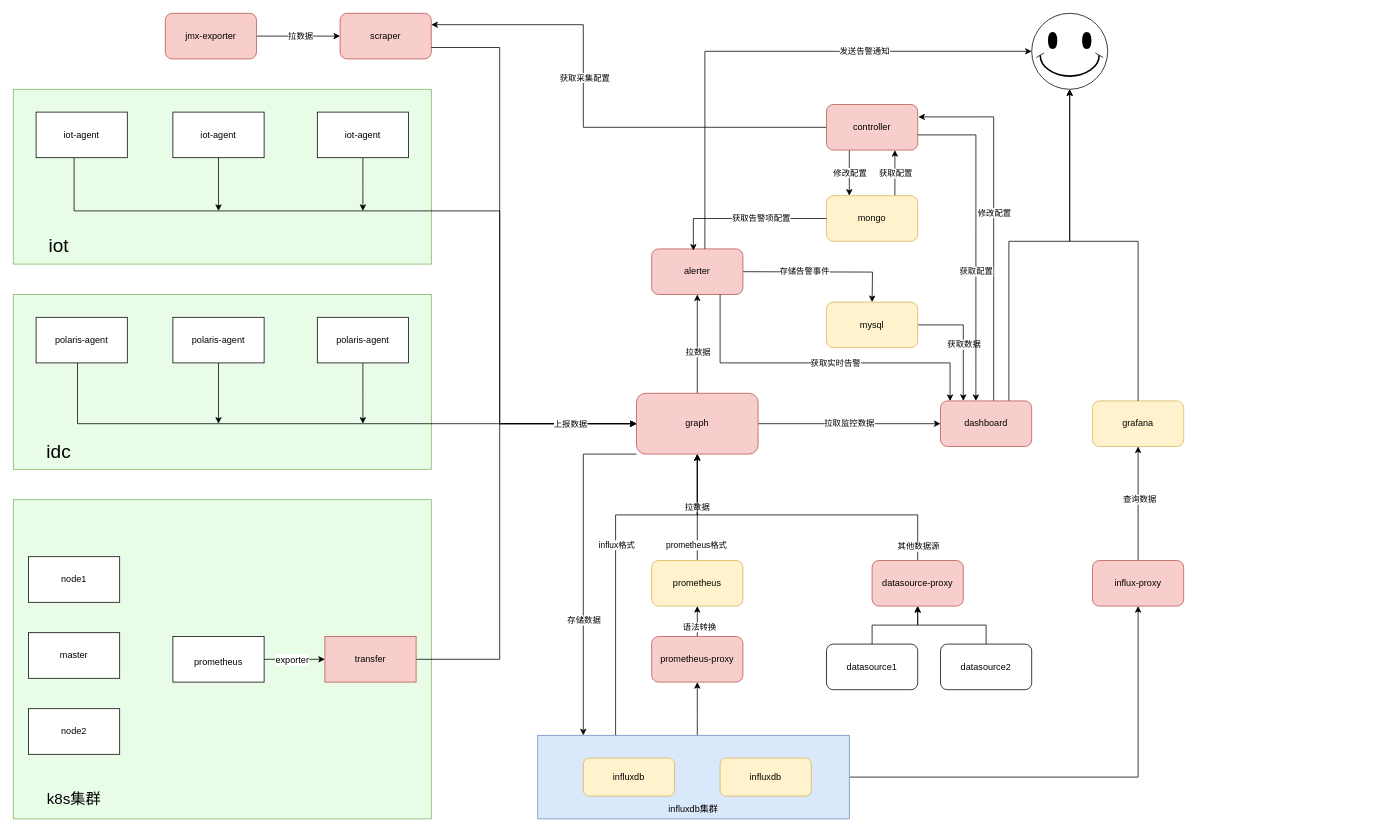
The draw.io diagram polaris框架.drawio in wupei-w/diagrams, before the edit. Source tidied: cells renumbered, new cells numbered last; positions are measured from the earlier drawing's top-left corner, leaving out a move shared by most shapes. Both pictures are drawn from the tidied source at 76%, with x=0, y=0 at pixel (13, 13).
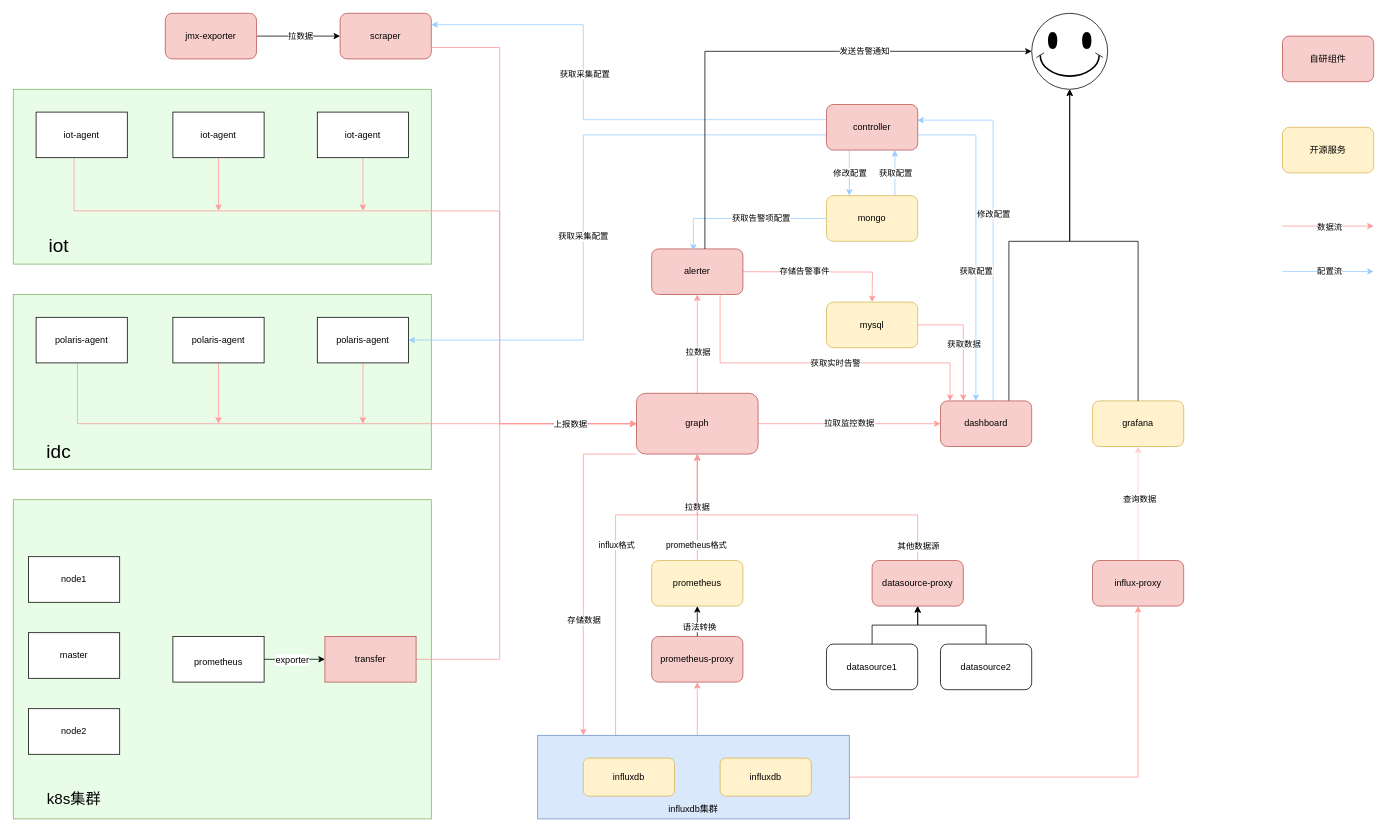
The same diagram, later.

Unchanged cells that the change refers to:
```xml
<mxCell id="6" value="&lt;br&gt;&lt;br&gt;&lt;br&gt;&lt;br&gt;&lt;br&gt;&lt;br&gt;influxdb集群" style="rounded=0;whiteSpace=wrap;html=1;fillColor=#dae8fc;strokeColor=#6c8ebf;" parent="1" vertex="1">
  <mxGeometry x="690" y="950" width="410" height="110" as="geometry" />
</mxCell>
<mxCell id="10" value="dashboard" style="rounded=1;whiteSpace=wrap;html=1;fillColor=#f8cecc;strokeColor=#b85450;" parent="1" vertex="1">
  <mxGeometry x="1220" y="510" width="120" height="60" as="geometry" />
</mxCell>
<mxCell id="17" value="graph" style="rounded=1;whiteSpace=wrap;html=1;fillColor=#f8cecc;strokeColor=#b85450;" parent="1" vertex="1">
  <mxGeometry x="820" y="500" width="160" height="80" as="geometry" />
</mxCell>
<mxCell id="20" value="alerter" style="rounded=1;whiteSpace=wrap;html=1;fillColor=#f8cecc;strokeColor=#b85450;" parent="1" vertex="1">
  <mxGeometry x="840" y="310" width="120" height="60" as="geometry" />
</mxCell>
<mxCell id="23" value="prometheus" style="rounded=1;whiteSpace=wrap;html=1;fillColor=#fff2cc;strokeColor=#d6b656;" parent="1" vertex="1">
  <mxGeometry x="840" y="720" width="120" height="60" as="geometry" />
</mxCell>
<mxCell id="26" value="prometheus-proxy" style="rounded=1;whiteSpace=wrap;html=1;fillColor=#f8cecc;strokeColor=#b85450;" parent="1" vertex="1">
  <mxGeometry x="840" y="820" width="120" height="60" as="geometry" />
</mxCell>
<mxCell id="29" value="datasource-proxy" style="rounded=1;whiteSpace=wrap;html=1;fillColor=#f8cecc;strokeColor=#b85450;" parent="1" vertex="1">
  <mxGeometry x="1130" y="720" width="120" height="60" as="geometry" />
</mxCell>
<mxCell id="39" value="influx-proxy" style="rounded=1;whiteSpace=wrap;html=1;fillColor=#f8cecc;strokeColor=#b85450;" parent="1" vertex="1">
  <mxGeometry x="1420" y="720" width="120" height="60" as="geometry" />
</mxCell>
<mxCell id="40" value="grafana" style="rounded=1;whiteSpace=wrap;html=1;fillColor=#fff2cc;strokeColor=#d6b656;" parent="1" vertex="1">
  <mxGeometry x="1420" y="510" width="120" height="60" as="geometry" />
</mxCell>
<mxCell id="41" value="scraper" style="rounded=1;whiteSpace=wrap;html=1;fillColor=#f8cecc;strokeColor=#b85450;" parent="1" vertex="1">
  <mxGeometry x="430" width="120" height="60" as="geometry" />
</mxCell>
<mxCell id="52" value="transfer" style="rounded=0;whiteSpace=wrap;html=1;fillColor=#f8cecc;strokeColor=#b85450;" parent="1" vertex="1">
  <mxGeometry x="410" y="820" width="120" height="60" as="geometry" />
</mxCell>
<mxCell id="57" value="mysql" style="rounded=1;whiteSpace=wrap;html=1;fillColor=#fff2cc;strokeColor=#d6b656;" parent="1" vertex="1">
  <mxGeometry x="1070" y="380" width="120" height="60" as="geometry" />
</mxCell>
<mxCell id="60" value="mongo" style="rounded=1;whiteSpace=wrap;html=1;fillColor=#fff2cc;strokeColor=#d6b656;" parent="1" vertex="1">
  <mxGeometry x="1070" y="240" width="120" height="60" as="geometry" />
</mxCell>
<mxCell id="66" value="polaris-agent" style="rounded=0;whiteSpace=wrap;html=1;" parent="1" vertex="1">
  <mxGeometry x="210" y="400" width="120" height="60" as="geometry" />
</mxCell>
<mxCell id="68" value="polaris-agent" style="rounded=0;whiteSpace=wrap;html=1;" parent="1" vertex="1">
  <mxGeometry x="400" y="400" width="120" height="60" as="geometry" />
</mxCell>
<mxCell id="73" value="iot-agent" style="rounded=0;whiteSpace=wrap;html=1;" parent="1" vertex="1">
  <mxGeometry x="30" y="130" width="120" height="60" as="geometry" />
</mxCell>
<mxCell id="75" value="iot-agent" style="rounded=0;whiteSpace=wrap;html=1;" parent="1" vertex="1">
  <mxGeometry x="210" y="130" width="120" height="60" as="geometry" />
</mxCell>
<mxCell id="77" value="iot-agent" style="rounded=0;whiteSpace=wrap;html=1;" parent="1" vertex="1">
  <mxGeometry x="400" y="130" width="120" height="60" as="geometry" />
</mxCell>
<mxCell id="84" value="controller" style="rounded=1;whiteSpace=wrap;html=1;fillColor=#f8cecc;strokeColor=#b85450;" parent="1" vertex="1">
  <mxGeometry x="1070" y="120" width="120" height="60" as="geometry" />
</mxCell>
```

Diff of the diagram source:
```diff
@@
-    <mxCell id="2" style="edgeStyle=orthogonalEdgeStyle;rounded=0;jettySize=auto;html=1;" parent="1" edge="1" source="6" target="26">
+    <mxCell id="2" style="edgeStyle=orthogonalEdgeStyle;rounded=0;jettySize=auto;html=1;strokeColor=#FF9999;" parent="1" edge="1" source="6" target="26">
       <mxGeometry relative="1" as="geometry">
         <Array as="points">
           <mxPoint x="900" y="920" />
           <mxPoint x="900" y="920" />
         </Array>
       </mxGeometry>
     </mxCell>
-    <mxCell id="3" style="edgeStyle=orthogonalEdgeStyle;rounded=0;jettySize=auto;html=1;exitX=0.25;exitY=0;exitDx=0;exitDy=0;" parent="1" edge="1" source="6">
+    <mxCell id="3" style="edgeStyle=orthogonalEdgeStyle;rounded=0;jettySize=auto;html=1;exitX=0.25;exitY=0;exitDx=0;exitDy=0;strokeColor=#FF9999;" parent="1" edge="1" source="6">
       <mxGeometry relative="1" as="geometry">
         <mxPoint x="900" y="580" as="targetPoint" />
         <Array as="points">
           <mxPoint x="792" y="660" />
           <mxPoint x="900" y="660" />
         </Array>
       </mxGeometry>
     </mxCell>
@@
-    <mxCell id="5" style="edgeStyle=orthogonalEdgeStyle;rounded=0;jettySize=auto;html=1;entryX=0.5;entryY=1;entryDx=0;entryDy=0;" parent="1" edge="1" source="6" target="39">
+    <mxCell id="5" style="edgeStyle=orthogonalEdgeStyle;rounded=0;jettySize=auto;html=1;entryX=0.5;entryY=1;entryDx=0;entryDy=0;strokeColor=#FF9999;" parent="1" edge="1" source="6" target="39">
       <mxGeometry relative="1" as="geometry" />
     </mxCell>
@@
-    <mxCell id="8" style="edgeStyle=orthogonalEdgeStyle;rounded=0;jettySize=auto;html=1;entryX=1.007;entryY=0.272;entryDx=0;entryDy=0;entryPerimeter=0;" parent="1" edge="1" source="10" target="84">
+    <mxCell id="8" style="edgeStyle=orthogonalEdgeStyle;rounded=0;jettySize=auto;html=1;entryX=0.996;entryY=0.343;entryDx=0;entryDy=0;entryPerimeter=0;strokeColor=#99CCFF;" parent="1" edge="1" target="84">
       <mxGeometry relative="1" as="geometry">
+        <mxPoint x="1289.2" y="510" as="sourcePoint" />
         <Array as="points">
-          <mxPoint x="1290" y="136" />
+          <mxPoint x="1289" y="140" />
+          <mxPoint x="1190" y="140" />
         </Array>
       </mxGeometry>
     </mxCell>
@@
-    <mxCell id="11" style="edgeStyle=orthogonalEdgeStyle;rounded=0;jettySize=auto;html=1;" parent="1" edge="1" source="17" target="20">
+    <mxCell id="11" style="edgeStyle=orthogonalEdgeStyle;rounded=0;jettySize=auto;html=1;strokeColor=#FF9999;" parent="1" edge="1" source="17" target="20">
       <mxGeometry relative="1" as="geometry" />
     </mxCell>
@@
-    <mxCell id="13" style="edgeStyle=orthogonalEdgeStyle;rounded=0;jettySize=auto;html=1;exitX=0;exitY=1;exitDx=0;exitDy=0;" parent="1" edge="1" source="17">
+    <mxCell id="13" style="edgeStyle=orthogonalEdgeStyle;rounded=0;jettySize=auto;html=1;exitX=0;exitY=1;exitDx=0;exitDy=0;strokeColor=#FF9999;" parent="1" edge="1" source="17">
       <mxGeometry relative="1" as="geometry">
         <mxPoint x="750" y="950" as="targetPoint" />
         <Array as="points">
           <mxPoint x="750" y="580" />
           <mxPoint x="750" y="950" />
         </Array>
       </mxGeometry>
     </mxCell>
@@
-    <mxCell id="15" style="edgeStyle=orthogonalEdgeStyle;rounded=0;jettySize=auto;html=1;entryX=0;entryY=0.5;entryDx=0;entryDy=0;" parent="1" edge="1" source="17" target="10">
+    <mxCell id="15" style="edgeStyle=orthogonalEdgeStyle;rounded=0;jettySize=auto;html=1;entryX=0;entryY=0.5;entryDx=0;entryDy=0;strokeColor=#FF9999;" parent="1" edge="1" source="17" target="10">
       <mxGeometry relative="1" as="geometry" />
     </mxCell>
@@
-    <mxCell id="18" style="edgeStyle=orthogonalEdgeStyle;rounded=0;orthogonalLoop=1;jettySize=auto;html=1;entryX=0.25;entryY=0;entryDx=0;entryDy=0;" parent="1" edge="1">
+    <mxCell id="18" style="edgeStyle=orthogonalEdgeStyle;rounded=0;orthogonalLoop=1;jettySize=auto;html=1;entryX=0.25;entryY=0;entryDx=0;entryDy=0;strokeColor=#FF9999;" parent="1" edge="1">
       <mxGeometry relative="1" as="geometry">
         <mxPoint x="960" y="340" as="sourcePoint" />
         <mxPoint x="1130" y="380" as="targetPoint" />
       </mxGeometry>
     </mxCell>
@@
-    <mxCell id="21" value="拉数据" style="edgeStyle=orthogonalEdgeStyle;rounded=0;jettySize=auto;html=1;" parent="1" edge="1" source="23" target="17">
+    <mxCell id="21" value="拉数据" style="edgeStyle=orthogonalEdgeStyle;rounded=0;jettySize=auto;html=1;strokeColor=#FF9999;" parent="1" edge="1" source="23" target="17">
       <mxGeometry relative="1" as="geometry" />
     </mxCell>
@@
-    <mxCell id="27" style="edgeStyle=orthogonalEdgeStyle;rounded=0;jettySize=auto;html=1;entryX=0.5;entryY=1;entryDx=0;entryDy=0;" parent="1" edge="1" source="29" target="17">
+    <mxCell id="27" style="edgeStyle=orthogonalEdgeStyle;rounded=0;jettySize=auto;html=1;entryX=0.5;entryY=1;entryDx=0;entryDy=0;strokeColor=#FF9999;" parent="1" edge="1" source="29" target="17">
       <mxGeometry relative="1" as="geometry">
         <Array as="points">
           <mxPoint x="1190" y="660" />
           <mxPoint x="900" y="660" />
         </Array>
       </mxGeometry>
     </mxCell>
@@
-    <mxCell id="37" style="edgeStyle=orthogonalEdgeStyle;rounded=0;jettySize=auto;html=1;entryX=0.5;entryY=1;entryDx=0;entryDy=0;" parent="1" edge="1" source="39" target="40">
+    <mxCell id="37" style="edgeStyle=orthogonalEdgeStyle;rounded=0;jettySize=auto;html=1;entryX=0.5;entryY=1;entryDx=0;entryDy=0;strokeColor=#FFCCCC;" parent="1" edge="1" source="39" target="40">
       <mxGeometry relative="1" as="geometry" />
     </mxCell>
@@
-    <mxCell id="51" style="edgeStyle=orthogonalEdgeStyle;rounded=0;jettySize=auto;html=1;entryX=0;entryY=0.5;entryDx=0;entryDy=0;" parent="1" edge="1" source="52" target="17">
+    <mxCell id="51" style="edgeStyle=orthogonalEdgeStyle;rounded=0;jettySize=auto;html=1;entryX=0;entryY=0.5;entryDx=0;entryDy=0;strokeColor=#FF9999;" parent="1" edge="1" source="52" target="17">
       <mxGeometry relative="1" as="geometry">
         <Array as="points">
           <mxPoint x="640" y="850" />
           <mxPoint x="640" y="540" />
         </Array>
       </mxGeometry>
     </mxCell>
@@
-    <mxCell id="55" style="edgeStyle=orthogonalEdgeStyle;rounded=0;jettySize=auto;html=1;entryX=0.25;entryY=0;entryDx=0;entryDy=0;" parent="1" edge="1" source="57" target="10">
+    <mxCell id="55" style="edgeStyle=orthogonalEdgeStyle;rounded=0;jettySize=auto;html=1;entryX=0.25;entryY=0;entryDx=0;entryDy=0;strokeColor=#FF9999;" parent="1" edge="1" source="57" target="10">
       <mxGeometry relative="1" as="geometry" />
     </mxCell>
@@
-    <mxCell id="58" style="edgeStyle=orthogonalEdgeStyle;rounded=0;jettySize=auto;html=1;" parent="1" edge="1" source="60" target="84">
+    <mxCell id="58" style="edgeStyle=orthogonalEdgeStyle;rounded=0;jettySize=auto;html=1;strokeColor=#99CCFF;" parent="1" edge="1" source="60" target="84">
       <mxGeometry relative="1" as="geometry">
         <Array as="points">
           <mxPoint x="1160" y="200" />
           <mxPoint x="1160" y="200" />
         </Array>
       </mxGeometry>
     </mxCell>
@@
-    <mxCell id="63" style="edgeStyle=orthogonalEdgeStyle;rounded=0;orthogonalLoop=1;jettySize=auto;html=1;entryX=-0.028;entryY=0.492;entryDx=0;entryDy=0;entryPerimeter=0;" parent="1" edge="1">
+    <mxCell id="63" style="edgeStyle=orthogonalEdgeStyle;rounded=0;orthogonalLoop=1;jettySize=auto;html=1;entryX=-0.028;entryY=0.492;entryDx=0;entryDy=0;entryPerimeter=0;strokeColor=#FF9999;" parent="1" edge="1">
       <mxGeometry relative="1" as="geometry">
         <mxPoint x="84.5" y="440.6" as="sourcePoint" />
         <mxPoint x="820" y="540" as="targetPoint" />
         <Array as="points">
           <mxPoint x="84.5" y="539.6" />
         </Array>
       </mxGeometry>
     </mxCell>
@@
-    <mxCell id="65" style="edgeStyle=orthogonalEdgeStyle;rounded=0;jettySize=auto;html=1;" parent="1" edge="1" source="66">
+    <mxCell id="65" style="edgeStyle=orthogonalEdgeStyle;rounded=0;jettySize=auto;html=1;strokeColor=#FF9999;" parent="1" edge="1" source="66">
       <mxGeometry relative="1" as="geometry">
         <mxPoint x="270" y="540" as="targetPoint" />
       </mxGeometry>
     </mxCell>
@@
-    <mxCell id="67" style="edgeStyle=orthogonalEdgeStyle;rounded=0;jettySize=auto;html=1;" parent="1" edge="1" source="68">
+    <mxCell id="67" style="edgeStyle=orthogonalEdgeStyle;rounded=0;jettySize=auto;html=1;strokeColor=#FF9999;" parent="1" edge="1" source="68">
       <mxGeometry relative="1" as="geometry">
         <mxPoint x="460" y="540" as="targetPoint" />
       </mxGeometry>
     </mxCell>
@@
-    <mxCell id="72" style="edgeStyle=orthogonalEdgeStyle;rounded=0;jettySize=auto;html=1;entryX=0;entryY=0.5;entryDx=0;entryDy=0;" parent="1" edge="1" source="73" target="17">
+    <mxCell id="72" style="edgeStyle=orthogonalEdgeStyle;rounded=0;jettySize=auto;html=1;entryX=0;entryY=0.5;entryDx=0;entryDy=0;strokeColor=#FF9999;" parent="1" edge="1" source="73" target="17">
       <mxGeometry relative="1" as="geometry">
         <Array as="points">
           <mxPoint x="80" y="260" />
           <mxPoint x="640" y="260" />
           <mxPoint x="640" y="540" />
         </Array>
       </mxGeometry>
     </mxCell>
@@
-    <mxCell id="74" style="edgeStyle=orthogonalEdgeStyle;rounded=0;jettySize=auto;html=1;" parent="1" edge="1" source="75">
+    <mxCell id="74" style="edgeStyle=orthogonalEdgeStyle;rounded=0;jettySize=auto;html=1;strokeColor=#FF9999;" parent="1" edge="1" source="75">
       <mxGeometry relative="1" as="geometry">
         <mxPoint x="270" y="260" as="targetPoint" />
       </mxGeometry>
     </mxCell>
@@
-    <mxCell id="76" style="edgeStyle=orthogonalEdgeStyle;rounded=0;jettySize=auto;html=1;" parent="1" edge="1" source="77">
+    <mxCell id="76" style="edgeStyle=orthogonalEdgeStyle;rounded=0;jettySize=auto;html=1;strokeColor=#FF9999;" parent="1" edge="1" source="77">
       <mxGeometry relative="1" as="geometry">
         <mxPoint x="460" y="260" as="targetPoint" />
       </mxGeometry>
     </mxCell>
@@
-    <mxCell id="78" style="edgeStyle=orthogonalEdgeStyle;rounded=0;jettySize=auto;html=1;exitX=1;exitY=0.75;exitDx=0;exitDy=0;" parent="1" edge="1" source="41">
+    <mxCell id="78" style="edgeStyle=orthogonalEdgeStyle;rounded=0;jettySize=auto;html=1;exitX=1;exitY=0.75;exitDx=0;exitDy=0;strokeColor=#FF9999;" parent="1" edge="1" source="41">
       <mxGeometry relative="1" as="geometry">
         <mxPoint x="820" y="540" as="targetPoint" />
         <Array as="points">
           <mxPoint x="640" y="45" />
           <mxPoint x="640" y="540" />
         </Array>
       </mxGeometry>
     </mxCell>
@@
-    <mxCell id="80" style="edgeStyle=orthogonalEdgeStyle;rounded=0;jettySize=auto;html=1;entryX=1;entryY=0.25;entryDx=0;entryDy=0;" parent="1" edge="1" source="84" target="41">
+    <mxCell id="80" style="edgeStyle=orthogonalEdgeStyle;rounded=0;jettySize=auto;html=1;entryX=1;entryY=0.25;entryDx=0;entryDy=0;strokeColor=#99CCFF;" parent="1" edge="1" source="84" target="41">
       <mxGeometry relative="1" as="geometry">
         <Array as="points">
-          <mxPoint x="750" y="150" />
+          <mxPoint x="750" y="140" />
           <mxPoint x="750" y="15" />
         </Array>
       </mxGeometry>
     </mxCell>
@@
-    <mxCell id="82" style="edgeStyle=orthogonalEdgeStyle;rounded=0;jettySize=auto;html=1;" parent="1" edge="1" source="84" target="60">
+    <mxCell id="82" style="edgeStyle=orthogonalEdgeStyle;rounded=0;jettySize=auto;html=1;strokeColor=#99CCFF;" parent="1" edge="1" source="84" target="60">
       <mxGeometry relative="1" as="geometry">
         <Array as="points">
           <mxPoint x="1100" y="190" />
           <mxPoint x="1100" y="190" />
         </Array>
       </mxGeometry>
     </mxCell>
@@
+    <mxCell id="94" style="edgeStyle=orthogonalEdgeStyle;rounded=0;jettySize=auto;html=1;exitX=0;exitY=0.75;exitDx=0;exitDy=0;entryX=1;entryY=0.5;entryDx=0;entryDy=0;strokeColor=#99CCFF;" parent="1" edge="1" source="84" target="68">
+      <mxGeometry relative="1" as="geometry">
+        <Array as="points">
+          <mxPoint x="1070" y="160" />
+          <mxPoint x="750" y="160" />
+          <mxPoint x="750" y="430" />
+        </Array>
+      </mxGeometry>
+    </mxCell>
+    <mxCell id="95" value="获取采集配置" style="edgeLabel;html=1;align=center;verticalAlign=middle;" parent="94" vertex="1">
+      <mxGeometry x="0.11" y="-1" relative="1" as="geometry" />
+    </mxCell>
@@
-    <mxCell id="85" style="edgeStyle=orthogonalEdgeStyle;rounded=0;jettySize=auto;html=1;entryX=0.457;entryY=0.038;entryDx=0;entryDy=0;entryPerimeter=0;" parent="1" edge="1" source="60" target="20">
+    <mxCell id="85" style="edgeStyle=orthogonalEdgeStyle;rounded=0;jettySize=auto;html=1;entryX=0.457;entryY=0.038;entryDx=0;entryDy=0;entryPerimeter=0;strokeColor=#99CCFF;" parent="1" edge="1" source="60" target="20">
       <mxGeometry relative="1" as="geometry" />
     </mxCell>
@@
-    <mxCell id="87" style="edgeStyle=orthogonalEdgeStyle;rounded=0;jettySize=auto;html=1;entryX=0.105;entryY=0.002;entryDx=0;entryDy=0;entryPerimeter=0;" parent="1" edge="1" source="20" target="10">
+    <mxCell id="87" style="edgeStyle=orthogonalEdgeStyle;rounded=0;jettySize=auto;html=1;entryX=0.105;entryY=0.002;entryDx=0;entryDy=0;entryPerimeter=0;strokeColor=#FF9999;" parent="1" edge="1" source="20" target="10">
       <mxGeometry relative="1" as="geometry">
         <Array as="points">
           <mxPoint x="930" y="460" />
           <mxPoint x="1233" y="460" />
         </Array>
       </mxGeometry>
     </mxCell>
@@
-    <mxCell id="89" style="edgeStyle=orthogonalEdgeStyle;rounded=0;jettySize=auto;html=1;entryX=0.388;entryY=0.002;entryDx=0;entryDy=0;entryPerimeter=0;" parent="1" edge="1" source="84" target="10">
+    <mxCell id="89" style="edgeStyle=orthogonalEdgeStyle;rounded=0;jettySize=auto;html=1;entryX=0.388;entryY=0.002;entryDx=0;entryDy=0;entryPerimeter=0;strokeColor=#99CCFF;" parent="1" edge="1" source="84" target="10">
       <mxGeometry relative="1" as="geometry">
         <Array as="points">
           <mxPoint x="1267" y="160" />
         </Array>
       </mxGeometry>
     </mxCell>
@@
+    <mxCell id="96" value="自研组件" style="rounded=1;whiteSpace=wrap;html=1;fillColor=#f8cecc;strokeColor=#b85450;" parent="1" vertex="1">
+      <mxGeometry x="1670" y="30" width="120" height="60" as="geometry" />
+    </mxCell>
+    <mxCell id="97" value="开源服务" style="rounded=1;whiteSpace=wrap;html=1;fillColor=#fff2cc;strokeColor=#d6b656;" parent="1" vertex="1">
+      <mxGeometry x="1670" y="150" width="120" height="60" as="geometry" />
+    </mxCell>
+    <mxCell id="98" style="endArrow=classic;html=1;rounded=0;strokeColor=#FF9999;" parent="1" edge="1">
+      <mxGeometry relative="1" as="geometry">
+        <mxPoint x="1670" y="280" as="sourcePoint" />
+        <mxPoint x="1790" y="280" as="targetPoint" />
+      </mxGeometry>
+    </mxCell>
+    <mxCell id="99" value="数据流" style="edgeLabel;html=1;align=center;verticalAlign=middle;" parent="98" vertex="1">
+      <mxGeometry x="0.02" relative="1" as="geometry" />
+    </mxCell>
+    <mxCell id="100" style="endArrow=classic;html=1;rounded=0;strokeColor=#99CCFF;" parent="1" edge="1">
+      <mxGeometry relative="1" as="geometry">
+        <mxPoint x="1670" y="339.7" as="sourcePoint" />
+        <mxPoint x="1790" y="339.7" as="targetPoint" />
+      </mxGeometry>
+    </mxCell>
+    <mxCell id="101" value="配置流" style="edgeLabel;html=1;align=center;verticalAlign=middle;" parent="100" vertex="1">
+      <mxGeometry x="0.02" relative="1" as="geometry" />
+    </mxCell>
```
